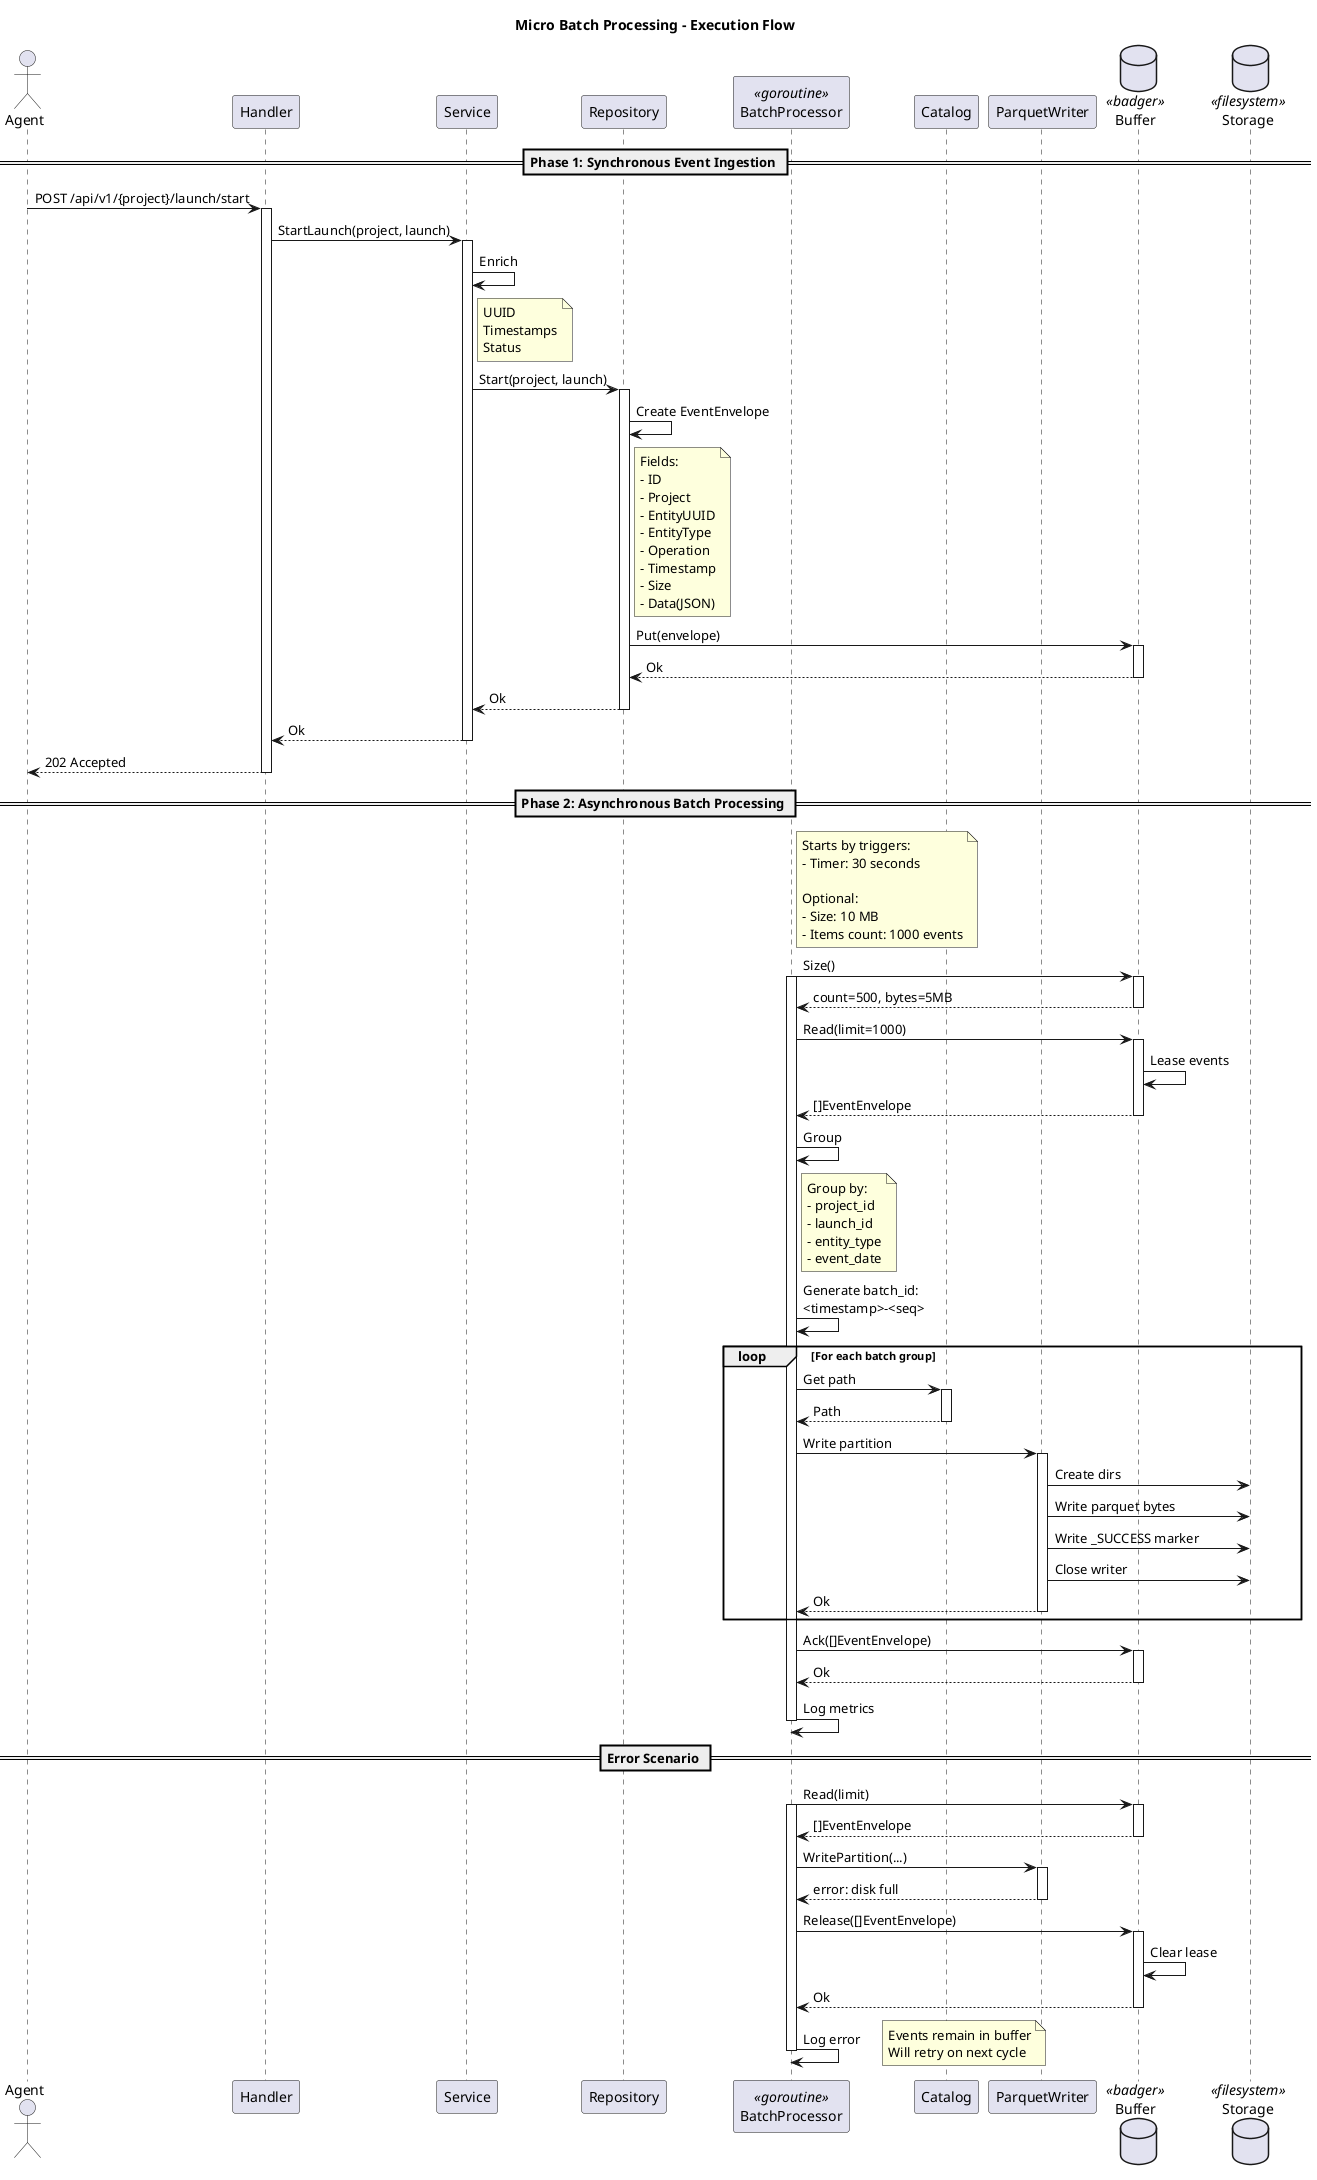
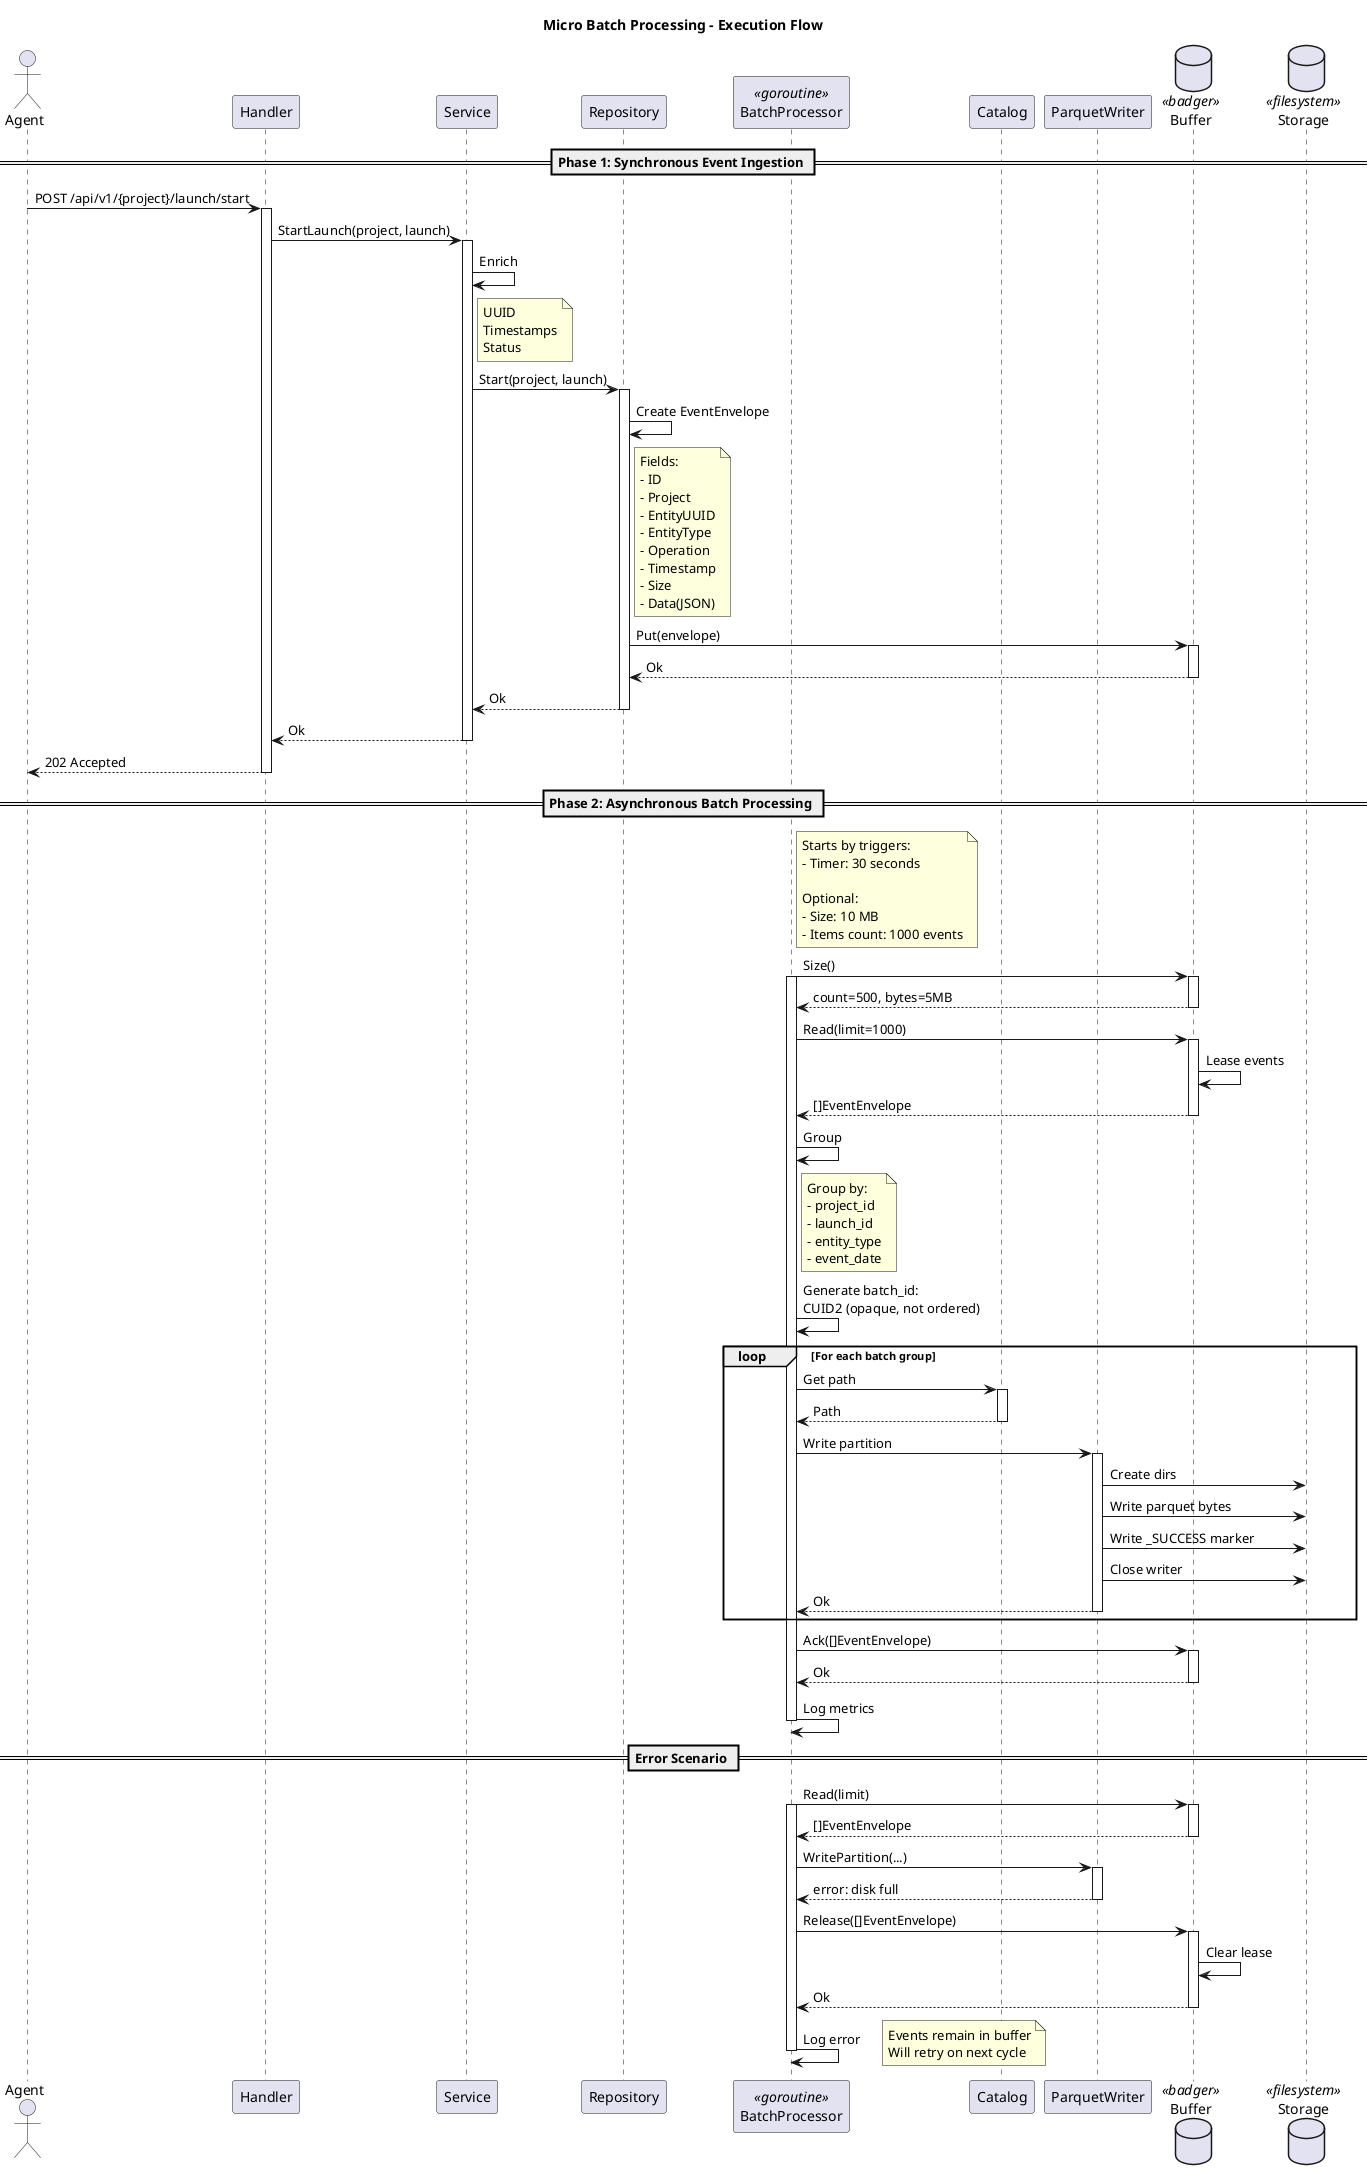
@startuml Event Processing Flow

title Micro Batch Processing - Execution Flow

actor Agent
participant Handler
participant Service
participant Repository
participant "BatchProcessor" as Processor <<goroutine>>
participant Catalog
participant "ParquetWriter" as Writer
database Buffer <<badger>>
database Storage <<filesystem>>

== Phase 1: Synchronous Event Ingestion ==

Agent -> Handler: POST /api/v1/{project}/launch/start
activate Handler

Handler -> Service: StartLaunch(project, launch)
activate Service

Service -> Service: Enrich
note right of Service
  UUID
  Timestamps
  Status
end note

Service -> Repository: Start(project, launch)
activate Repository

Repository -> Repository: Create EventEnvelope
note right of Repository
  Fields:
  - ID
  - Project
  - EntityUUID
  - EntityType
  - Operation
  - Timestamp
  - Size
  - Data(JSON)
end note

Repository -> Buffer: Put(envelope)
activate Buffer
Buffer --> Repository: Ok
deactivate Buffer

Repository --> Service: Ok
deactivate Repository

Service --> Handler: Ok
deactivate Service

Handler --> Agent: 202 Accepted
deactivate Handler

== Phase 2: Asynchronous Batch Processing ==

note right of Processor
Starts by triggers:
- Timer: 30 seconds

Optional:
- Size: 10 MB
- Items count: 1000 events
end note

Processor -> Buffer: Size()
activate Processor
activate Buffer
Buffer --> Processor: count=500, bytes=5MB
deactivate Buffer

Processor -> Buffer: Read(limit=1000)
activate Buffer
Buffer -> Buffer: Lease events
Buffer --> Processor: []EventEnvelope
deactivate Buffer

Processor -> Processor: Group
note right of Processor
Group by:
- project_id
- launch_id
- entity_type
- event_date
end note

- Processor -> Processor: Generate batch_id:\n<timestamp>-<seq>
+ Processor -> Processor: Generate batch_id:\nCUID2 (opaque, not ordered)

loop For each batch group

Processor -> Catalog: Get path
activate Catalog
Catalog --> Processor: Path
deactivate Catalog

Processor -> Writer: Write partition
activate Writer
Writer -> Storage: Create dirs
Writer -> Storage: Write parquet bytes
Writer -> Storage: Write _SUCCESS marker
Writer -> Storage: Close writer
Writer --> Processor: Ok
deactivate Writer
end

Processor -> Buffer: Ack([]EventEnvelope)
activate Buffer
Buffer --> Processor: Ok
deactivate Buffer

Processor -> Processor: Log metrics
deactivate Processor

== Error Scenario ==

Processor -> Buffer: Read(limit)
activate Processor
activate Buffer
Buffer --> Processor: []EventEnvelope
deactivate Buffer

Processor -> Writer: WritePartition(...)
activate Writer
Writer --> Processor: error: disk full
deactivate Writer

Processor -> Buffer: Release([]EventEnvelope)
activate Buffer
Buffer -> Buffer: Clear lease
Buffer --> Processor: Ok
deactivate Buffer

Processor -> Processor: Log error
deactivate Processor

note right
Events remain in buffer
Will retry on next cycle
end note

@enduml